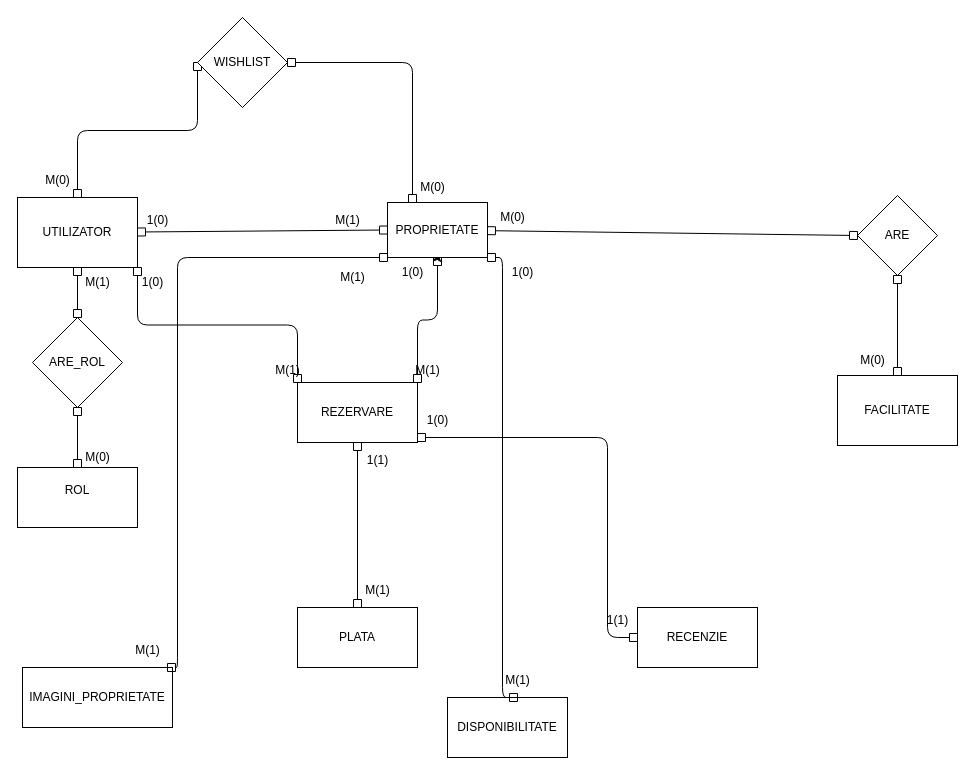
Above: diagrams/diagram_erd.drawio in monicatudor05/CityStay_Project_DB (draw.io), before the change. Source tidied: cells renumbered, new cells numbered last; positions are measured from the earlier drawing's top-left corner, leaving out a move shared by most shapes. Both pictures are drawn from the tidied source at 100%, with x=0, y=0 at pixel (17, 17).
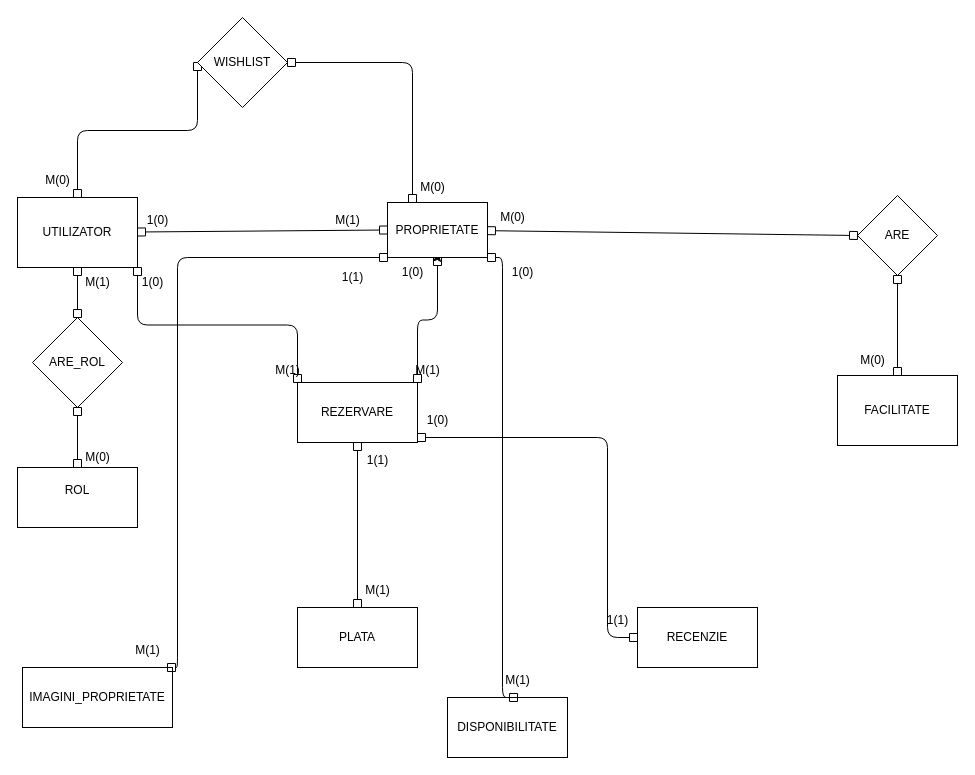
The same page after the edit.

Commit message (it also covers changes not shown here):
ERD Diagram

The edit, as a diff of the source:
```diff
@@
-    <mxCell id="38" value="M(1)" style="text;html=1;align=center;verticalAlign=middle;strokeColor=none;fillColor=none;" parent="1" vertex="1">
-      <mxGeometry x="310" y="245" width="50" height="30" as="geometry" />
+    <mxCell id="38" value="1(1)" style="text;html=1;align=center;verticalAlign=middle;strokeColor=none;fillColor=none;" parent="1" vertex="1">
+      <mxGeometry x="315" y="245" width="40" height="30" as="geometry" />
     </mxCell>
```
